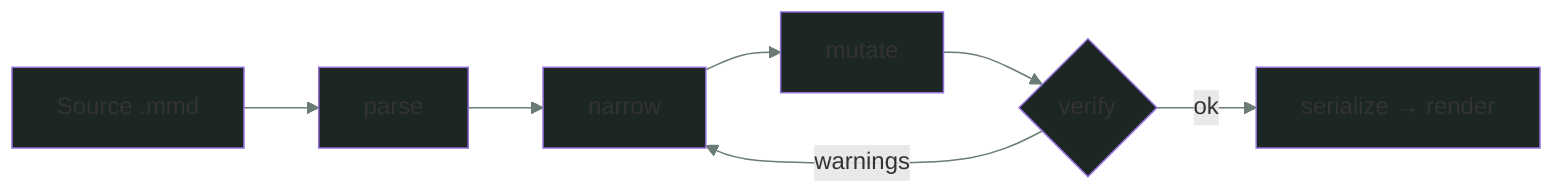
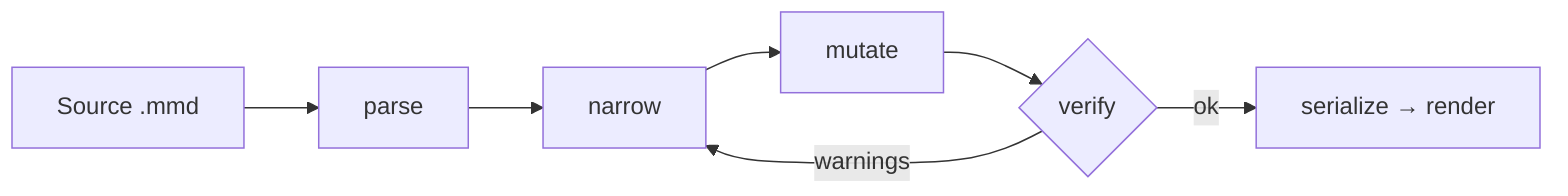
- %%{init: {"themeVariables": {"background":"#141D19","mainBkg":"#1C2622","primaryTextColor":"#E7ECE9","secondaryTextColor":"#A4AFAA","lineColor":"#6A7C73","arrowheadColor":"#84CBAE","primaryBorderColor":"#3A463F"}}}%%
flowchart LR
  S["Source .mmd"] --> P["parse"]
  P --> N["narrow"]
  N --> M["mutate"]
  M --> V{"verify"}
  V -->|ok| R["serialize → render"]
  V -->|warnings| N
